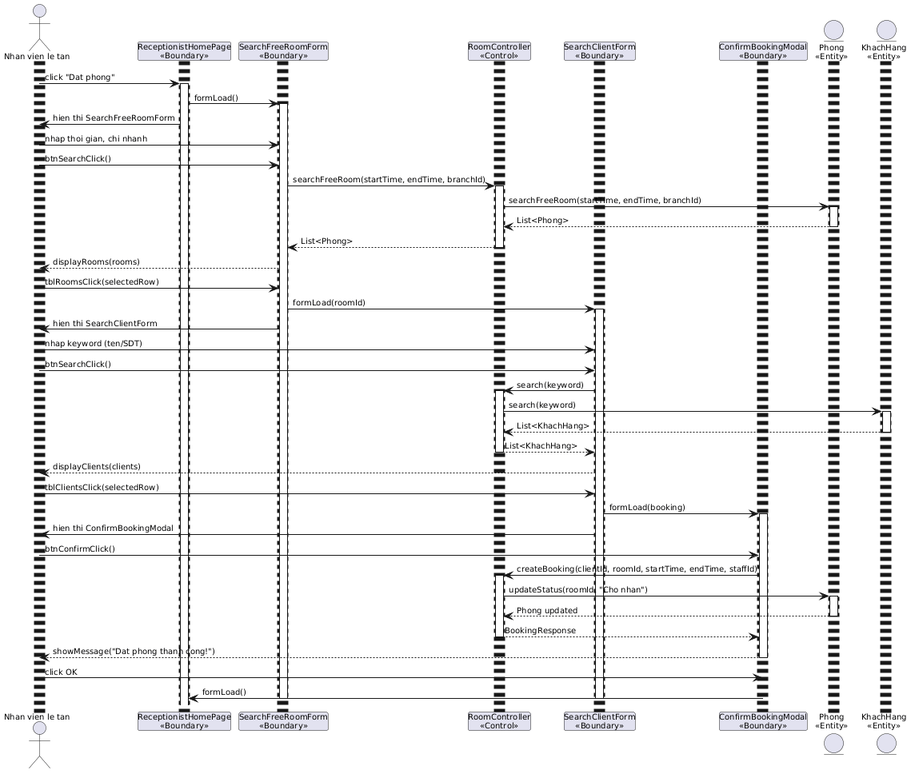
Earlier version of the PlantUML export output/diagrams/booking_seq_1.png (thanhtrnnn/cnpm).
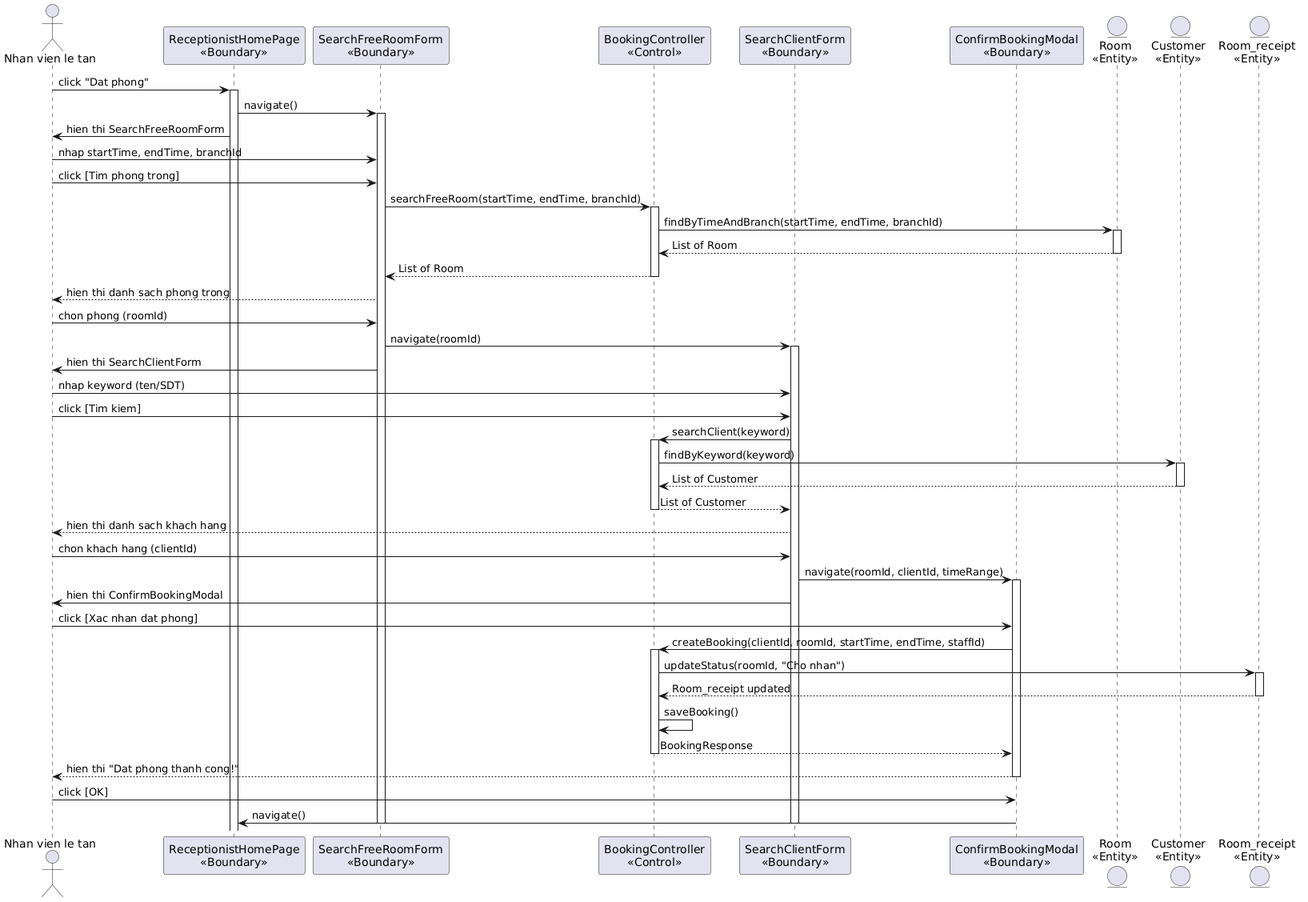
Above is the later version.

Commit message:
sync: update all sequence diagrams with English entity names per Google Docs

Change to the diagram source:
```diff
@@ -1,80 +1,69 @@
 @startuml
-skinparam defaultFontName "Arial"
-skinparam defaultFontSize 10
-skinparam shadowing false
-
-<style>
-sequenceDiagram {
-  actor { Padding 2 Margin 2 FontName "Arial" FontSize 10 }
-  participant { Padding 2 Margin 2 FontName "Arial" FontSize 10 }
-  lifeLine { LineThickness 1 Padding 4 }
-  message { FontName "Arial" FontSize 10 Padding 1 }
-}
-</style>
-
 actor "Nhan vien le tan" as NV
 participant "ReceptionistHomePage\n<<Boundary>>" as Home
 participant "SearchFreeRoomForm\n<<Boundary>>" as SearchRoom
-participant "RoomController\n<<Control>>" as Ctrl
+participant "BookingController\n<<Control>>" as Ctrl
 participant "SearchClientForm\n<<Boundary>>" as SearchClient
 participant "ConfirmBookingModal\n<<Boundary>>" as Confirm
-entity "Phong\n<<Entity>>" as Phong
-entity "KhachHang\n<<Entity>>" as KH
+entity "Room\n<<Entity>>" as Room
+entity "Customer\n<<Entity>>" as Cust
+entity "Room_receipt\n<<Entity>>" as RR
 
 NV -> Home: click "Dat phong"
 activate Home
-Home -> SearchRoom: formLoad()
+Home -> SearchRoom: navigate()
 activate SearchRoom
 Home -> NV: hien thi SearchFreeRoomForm
 
-NV -> SearchRoom: nhap thoi gian, chi nhanh
-NV -> SearchRoom: btnSearchClick()
+NV -> SearchRoom: nhap startTime, endTime, branchId
+NV -> SearchRoom: click [Tim phong trong]
 SearchRoom -> Ctrl: searchFreeRoom(startTime, endTime, branchId)
 activate Ctrl
-Ctrl -> Phong: searchFreeRoom(startTime, endTime, branchId)
-activate Phong
-Phong --> Ctrl: List<Phong>
-deactivate Phong
-Ctrl --> SearchRoom: List<Phong>
+Ctrl -> Room: findByTimeAndBranch(startTime, endTime, branchId)
+activate Room
+Room --> Ctrl: List of Room
+deactivate Room
+Ctrl --> SearchRoom: List of Room
 deactivate Ctrl
-SearchRoom --> NV: displayRooms(rooms)
+SearchRoom --> NV: hien thi danh sach phong trong
 
-NV -> SearchRoom: tblRoomsClick(selectedRow)
-SearchRoom -> SearchClient: formLoad(roomId)
+NV -> SearchRoom: chon phong (roomId)
+SearchRoom -> SearchClient: navigate(roomId)
 activate SearchClient
 SearchRoom -> NV: hien thi SearchClientForm
 
 NV -> SearchClient: nhap keyword (ten/SDT)
-NV -> SearchClient: btnSearchClick()
-SearchClient -> Ctrl: search(keyword)
+NV -> SearchClient: click [Tim kiem]
+SearchClient -> Ctrl: searchClient(keyword)
 activate Ctrl
-Ctrl -> KH: search(keyword)
-activate KH
-KH --> Ctrl: List<KhachHang>
-deactivate KH
-Ctrl --> SearchClient: List<KhachHang>
+Ctrl -> Cust: findByKeyword(keyword)
+activate Cust
+Cust --> Ctrl: List of Customer
+deactivate Cust
+Ctrl --> SearchClient: List of Customer
 deactivate Ctrl
-SearchClient --> NV: displayClients(clients)
+SearchClient --> NV: hien thi danh sach khach hang
 
-NV -> SearchClient: tblClientsClick(selectedRow)
-SearchClient -> Confirm: formLoad(booking)
+NV -> SearchClient: chon khach hang (clientId)
+SearchClient -> Confirm: navigate(roomId, clientId, timeRange)
 activate Confirm
 SearchClient -> NV: hien thi ConfirmBookingModal
 
-NV -> Confirm: btnConfirmClick()
+NV -> Confirm: click [Xac nhan dat phong]
 Confirm -> Ctrl: createBooking(clientId, roomId, startTime, endTime, staffId)
 activate Ctrl
-Ctrl -> Phong: updateStatus(roomId, "Cho nhan")
-activate Phong
-Phong --> Ctrl: Phong updated
-deactivate Phong
+Ctrl -> RR: updateStatus(roomId, "Cho nhan")
+activate RR
+RR --> Ctrl: Room_receipt updated
+deactivate RR
+Ctrl -> Ctrl: saveBooking()
 Ctrl --> Confirm: BookingResponse
 deactivate Ctrl
-Confirm --> NV: showMessage("Dat phong thanh cong!")
+Confirm --> NV: hien thi "Dat phong thanh cong!"
 deactivate Confirm
 
-NV -> Confirm: click OK
-Confirm -> Home: formLoad()
+NV -> Confirm: click [OK]
+Confirm -> Home: navigate()
 deactivate SearchRoom
 deactivate SearchClient
 @enduml
```
